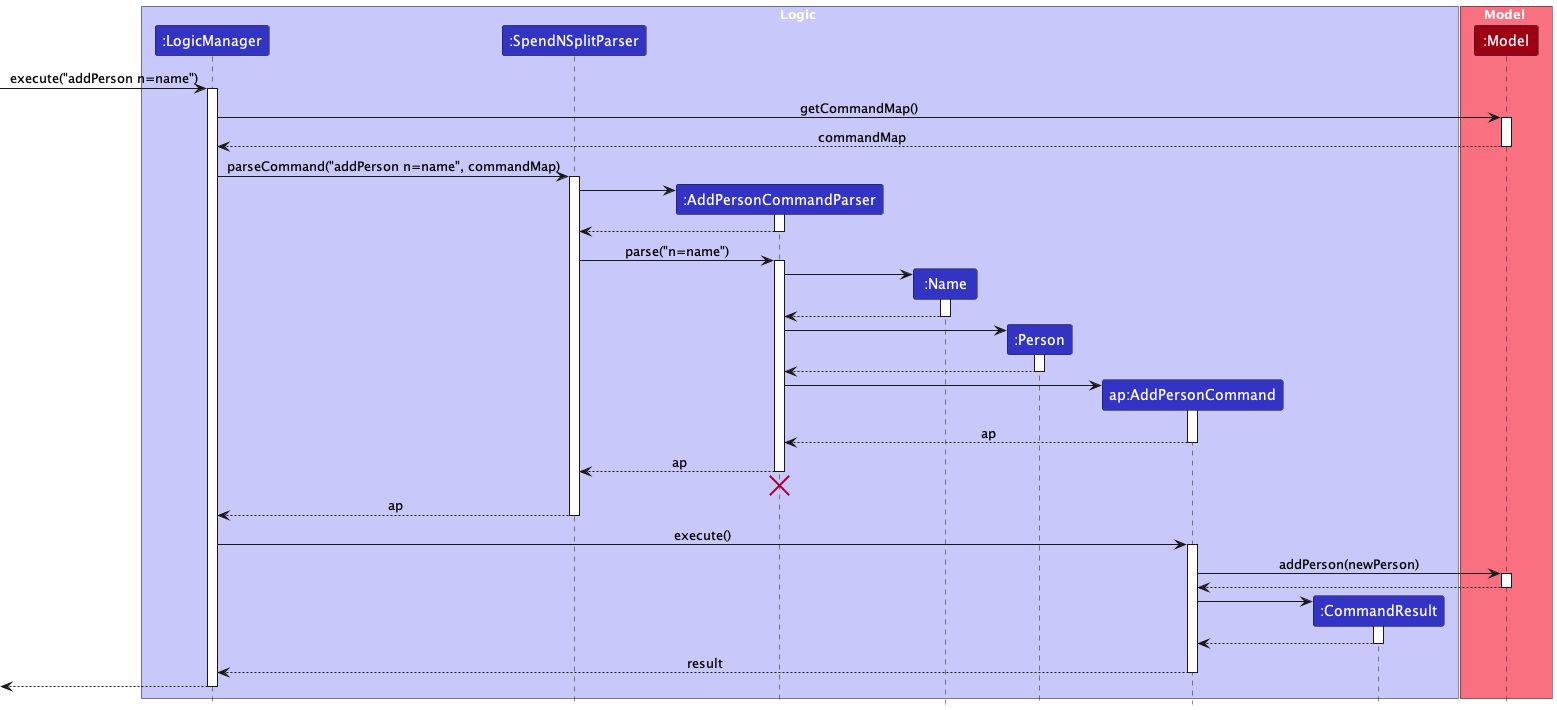
wui-hong/tp keeps this PlantUML diagram as docs/images/AddPersonSequenceDiagram.png. Above is the earlier version.
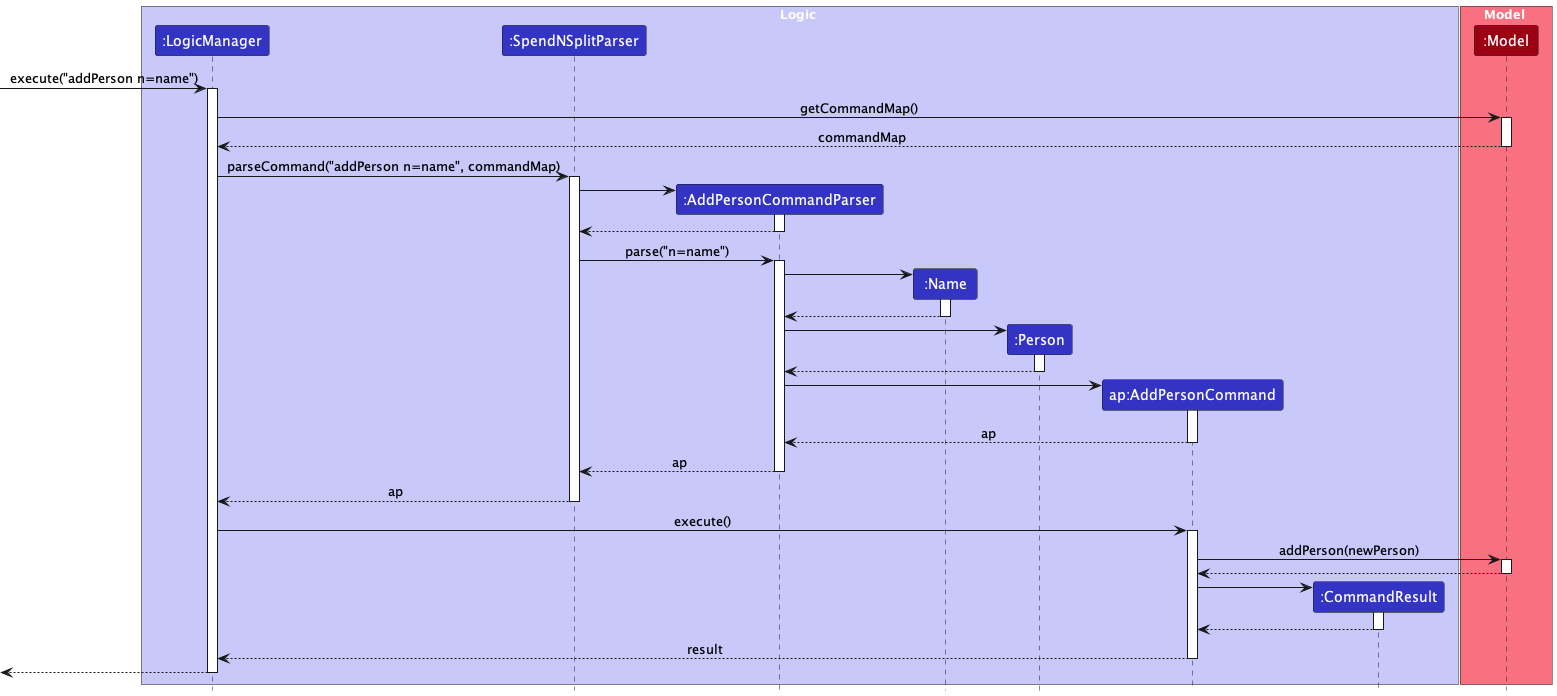
Above is the later version.

Commit message:
Remove object deletion notation in person-related sequence diagrams

Diff of the diagram source:
```diff
@@ -58,8 +58,6 @@
 
 AddPersonCommandParser --> SpendNSplitParser : ap
 deactivate AddPersonCommandParser
-AddPersonCommandParser -[hidden]-> SpendNSplitParser
-destroy AddPersonCommandParser
 
 SpendNSplitParser --> LogicManager : ap
 deactivate SpendNSplitParser
```
